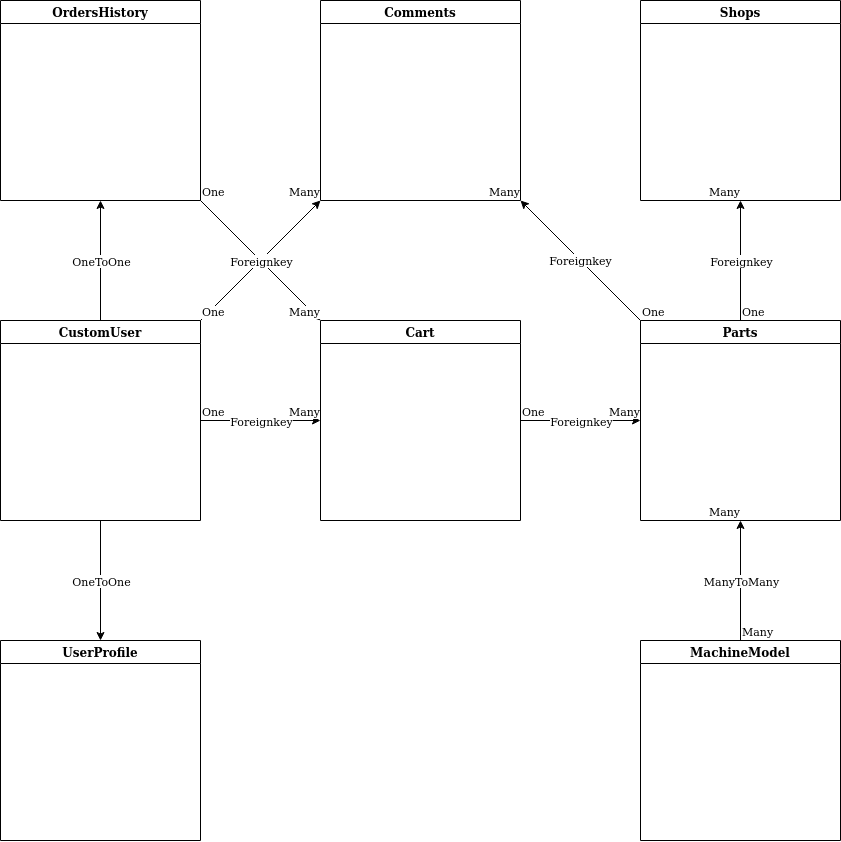
This is docs/DataBaseGraph.drawio.png from OleksandrZhydyk/PartsOnlineStore, a draw.io export, as it was before one commit. Source tidied: cells renumbered, new cells last; positions are measured from the earlier drawing's top-left corner, leaving out a move shared by most shapes.
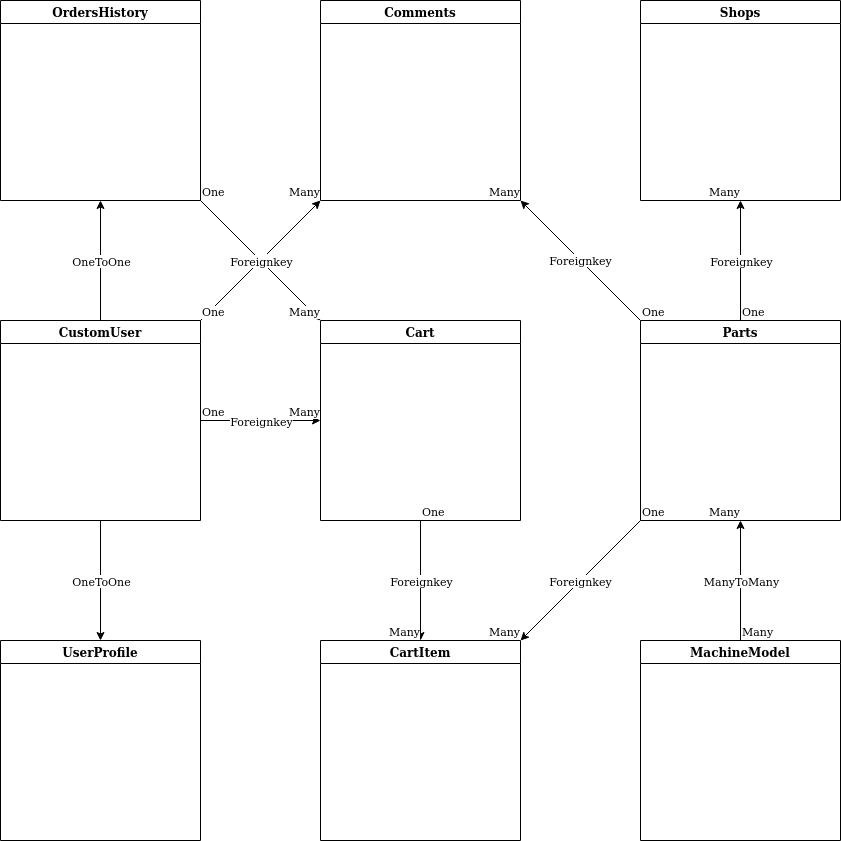
After the commit.

What changed in the source:
```diff
@@ -56,7 +56,7 @@
     <mxCell id="19" value="Many" style="edgeLabel;html=1;align=right;verticalAlign=bottom;" parent="16" vertex="1">
       <mxGeometry x="1" relative="1" as="geometry" />
     </mxCell>
-    <mxCell id="20" style="endArrow=classic;html=1;rounded=0;entryX=0;entryY=0.5;entryDx=0;entryDy=0;exitX=1;exitY=0.5;exitDx=0;exitDy=0;" parent="1" edge="1" source="3" target="4">
+    <mxCell id="20" style="endArrow=classic;html=1;rounded=0;entryX=1;entryY=0;entryDx=0;entryDy=0;exitX=0;exitY=1;exitDx=0;exitDy=0;" parent="1" edge="1" source="4" target="42">
       <mxGeometry relative="1" as="geometry" />
     </mxCell>
     <mxCell id="21" value="Foreignkey" style="edgeLabel;html=1;align=center;verticalAlign=middle;" parent="20" vertex="1">
@@ -122,5 +122,20 @@
     <mxCell id="41" value="Many" style="edgeLabel;html=1;align=right;verticalAlign=bottom;" parent="38" vertex="1">
       <mxGeometry x="1" relative="1" as="geometry" />
     </mxCell>
+    <mxCell id="42" value="CartItem" style="swimlane;" parent="1" vertex="1">
+      <mxGeometry x="320" y="640" width="200" height="200" as="geometry" />
+    </mxCell>
+    <mxCell id="43" style="endArrow=classic;html=1;rounded=0;entryX=0.5;entryY=0;entryDx=0;entryDy=0;exitX=0.5;exitY=1;exitDx=0;exitDy=0;" parent="1" edge="1" source="3" target="42">
+      <mxGeometry relative="1" as="geometry" />
+    </mxCell>
+    <mxCell id="44" value="Foreignkey" style="edgeLabel;html=1;align=center;verticalAlign=middle;" parent="43" vertex="1">
+      <mxGeometry relative="1" as="geometry" />
+    </mxCell>
+    <mxCell id="45" value="One" style="edgeLabel;html=1;align=left;verticalAlign=bottom;" parent="43" vertex="1">
+      <mxGeometry x="-1" relative="1" as="geometry" />
+    </mxCell>
+    <mxCell id="46" value="Many" style="edgeLabel;html=1;align=right;verticalAlign=bottom;" parent="43" vertex="1">
+      <mxGeometry x="1" relative="1" as="geometry" />
+    </mxCell>
   </root>
 </mxGraphModel>
```
